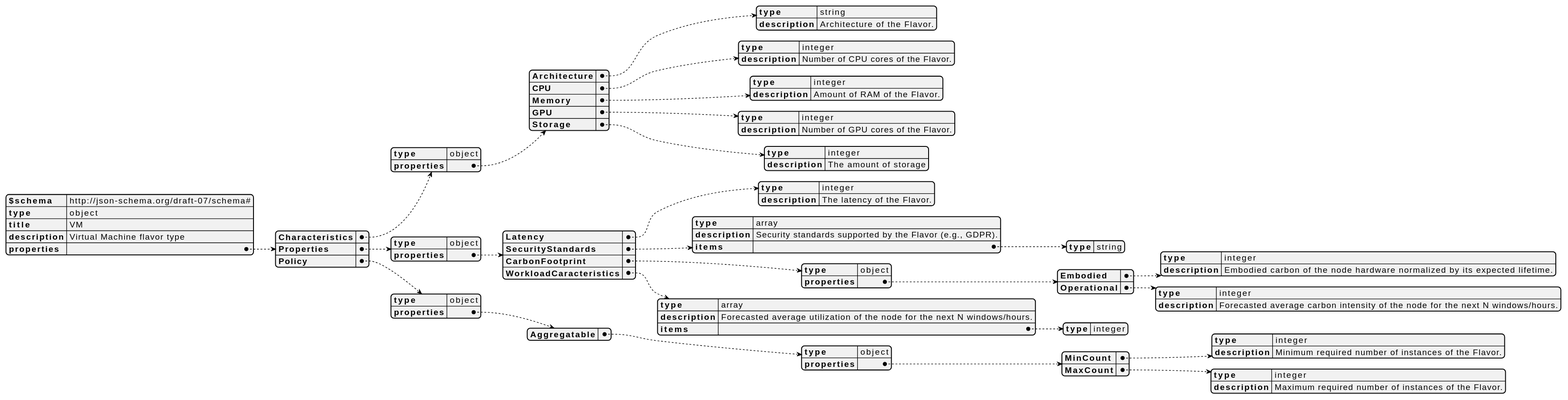
This is models/schemas/svg/flavor-types/vm.svg from fluidos-project/REAR-data-models, a PlantUML export, as it was before one commit.
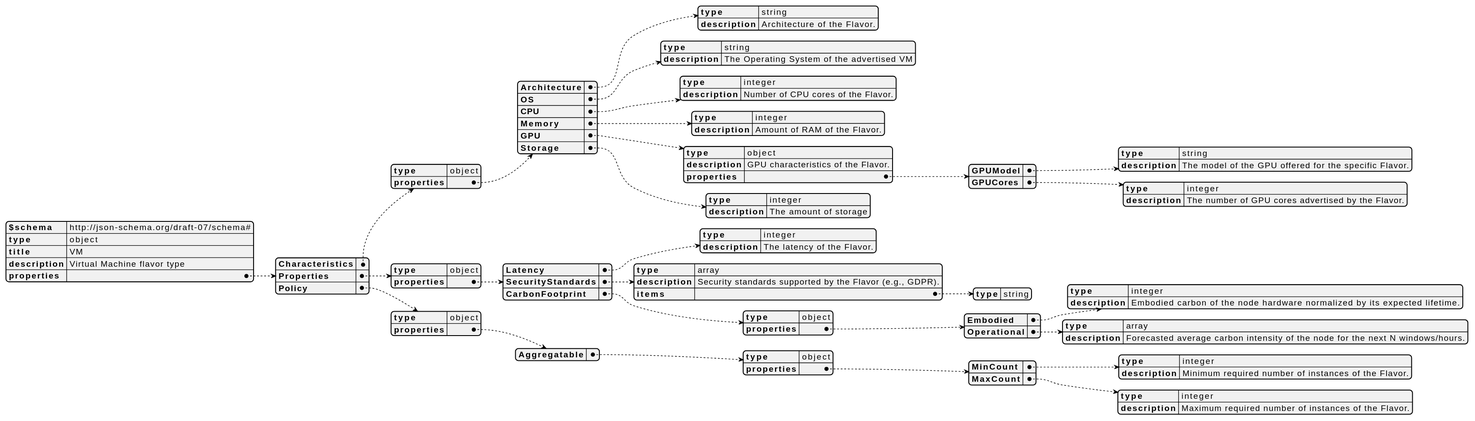
Above is the later version.

Diff of the diagram source:
```diff
@@ -12,6 +12,10 @@
                     "type": "string",
                     "description": "Architecture of the Flavor."
                 },
+                "OS": {
+                    "type": "string",
+                    "description": "The Operating System of the advertised VM"
+                },
                 "CPU": {
                     "type": "integer",
                     "description": "Number of CPU cores of the Flavor."
@@ -21,8 +25,18 @@
                     "description": "Amount of RAM of the Flavor."
                 },
                 "GPU": {
-                    "type": "integer",
-                    "description": "Number of GPU cores of the Flavor."
+                    "type": "object",
+                    "description": "GPU characteristics of the Flavor.",
+                    "properties": {
+                        "GPUModel" : {
+                            "type": "string",
+                            "description": "The model of the GPU offered for the specific Flavor."
+                        },
+                        "GPUCores": {
+                            "type": "integer",
+                            "description": "The number of GPU cores advertised by the Flavor."
+                        }
+                    }
                 },
                 "Storage": {
                     "type": "integer",
@@ -52,16 +66,9 @@
                             "description": "Embodied carbon of the node hardware normalized by its expected lifetime."
                         },
                         "Operational": {
-                            "type": "integer",
+                            "type": "array",
                             "description": "Forecasted average carbon intensity of the node for the next N windows/hours."
                         }
-                    }
-                },
-                "WorkloadCaracteristics": {
-                    "type": "array",
-                    "description": "Forecasted average utilization of the node for the next N windows/hours.",
-                    "items": {
-                        "type": "integer"
                     }
                 }
             }
```
